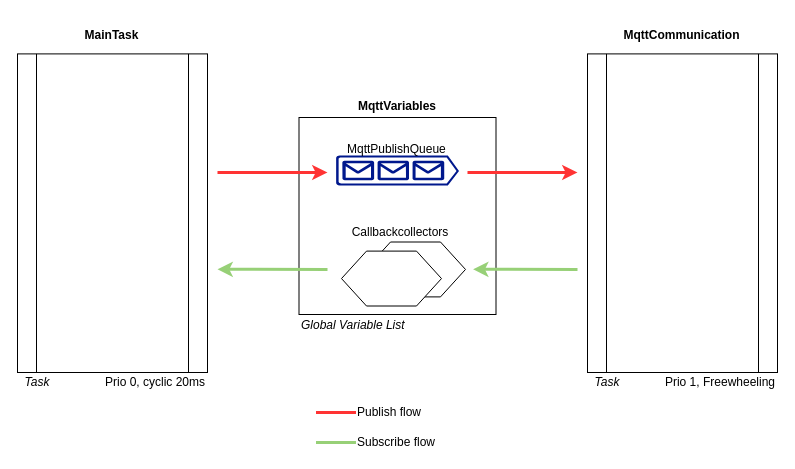
Before: docs/_drawio/SoftwareArchitecture.drawio in MichielVanwelsenaere/HomeAutomation.CoDeSys3, a draw.io diagram. Source tidied: cells renumbered, new cells numbered last; positions are measured from the earlier drawing's top-left corner, leaving out a move shared by most shapes. Both pictures are drawn from the tidied source at 100%, with x=0, y=0 at pixel (17, 17).
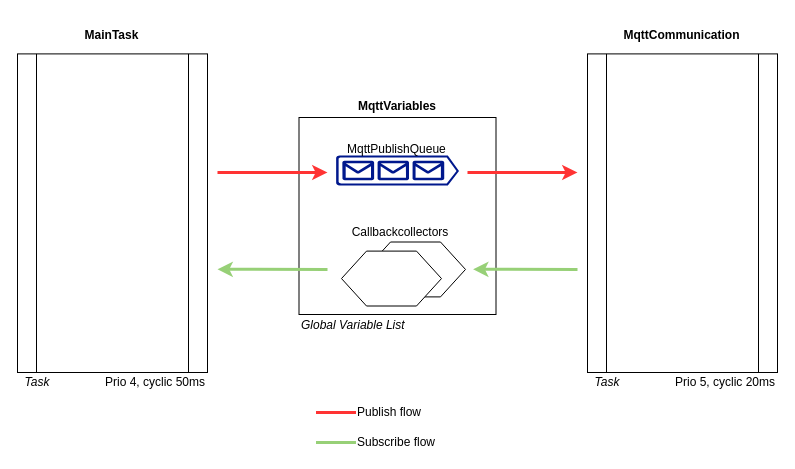
The same diagram, later.

Commit message (it also covers changes not shown here):
Take the MQTT task off freewheeling, and write down how the log was read (#200)

Unchanged cells that the change refers to:
```xml
<mxCell id="21" style="group;" parent="20" vertex="1">
  <mxGeometry width="190" height="375" as="geometry" />
</mxCell>
```

What changed in the source:
```diff
@@
-    <mxCell id="18" value="Prio 1, Freewheeling" style="text;html=1;strokeColor=none;fillColor=none;align=right;verticalAlign=middle;whiteSpace=wrap;rounded=0;" parent="1" vertex="1">
+    <mxCell id="18" value="Prio 5, cyclic 20ms" style="text;html=1;strokeColor=none;fillColor=none;align=right;verticalAlign=middle;whiteSpace=wrap;rounded=0;" parent="1" vertex="1">
       <mxGeometry x="620" y="355" width="140" height="20" as="geometry" />
     </mxCell>
@@
-    <mxCell id="25" value="Prio 0, cyclic 20ms" style="text;html=1;strokeColor=none;fillColor=none;align=right;verticalAlign=middle;whiteSpace=wrap;rounded=0;" parent="21" vertex="1">
+    <mxCell id="25" value="Prio 4, cyclic 50ms" style="text;html=1;strokeColor=none;fillColor=none;align=right;verticalAlign=middle;whiteSpace=wrap;rounded=0;" parent="21" vertex="1">
       <mxGeometry x="50" y="355" width="140" height="20" as="geometry" />
     </mxCell>
```
